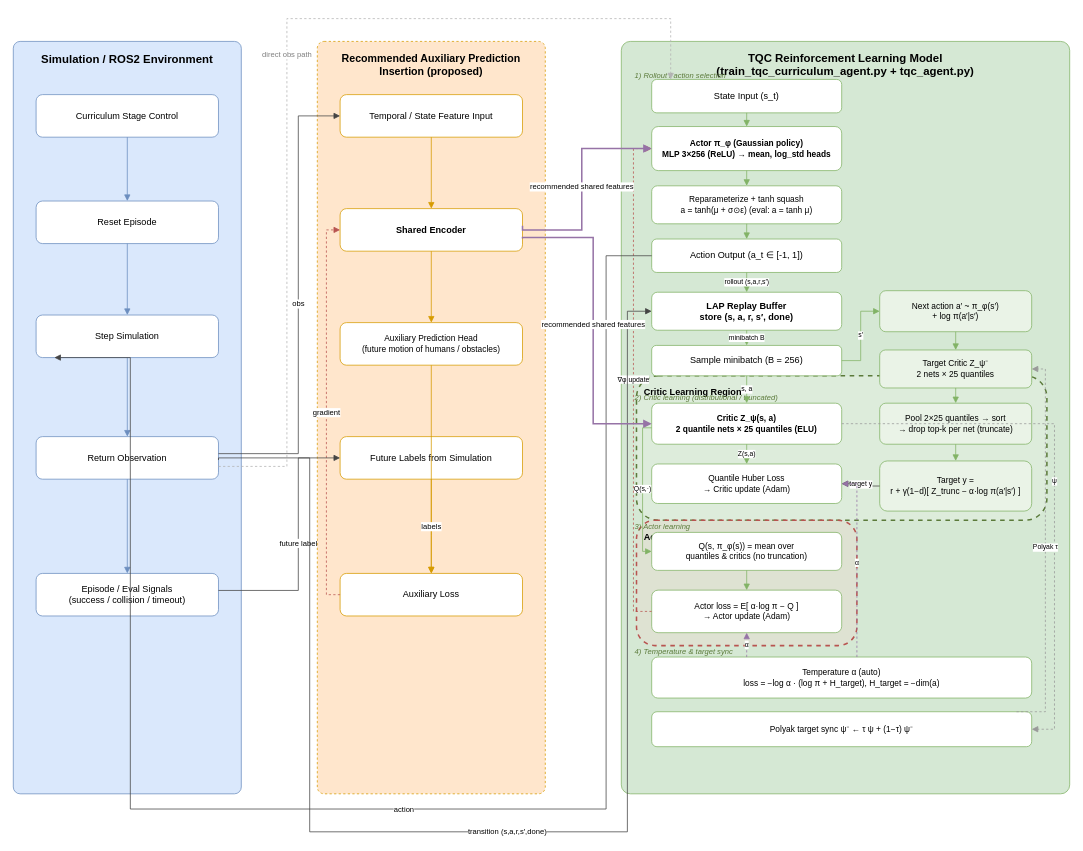
This is docs/assets/train_tqc_curriculum_framework.drawio from SangukBae/DRL_Robot_Path_Planning, a draw.io file, before an edit. Source tidied: cells renumbered, new cells numbered last; positions are measured from the earlier drawing's top-left corner, leaving out a move shared by most shapes. Both pictures are drawn from the tidied source at 76%, with x=0, y=0 at pixel (13, 18).
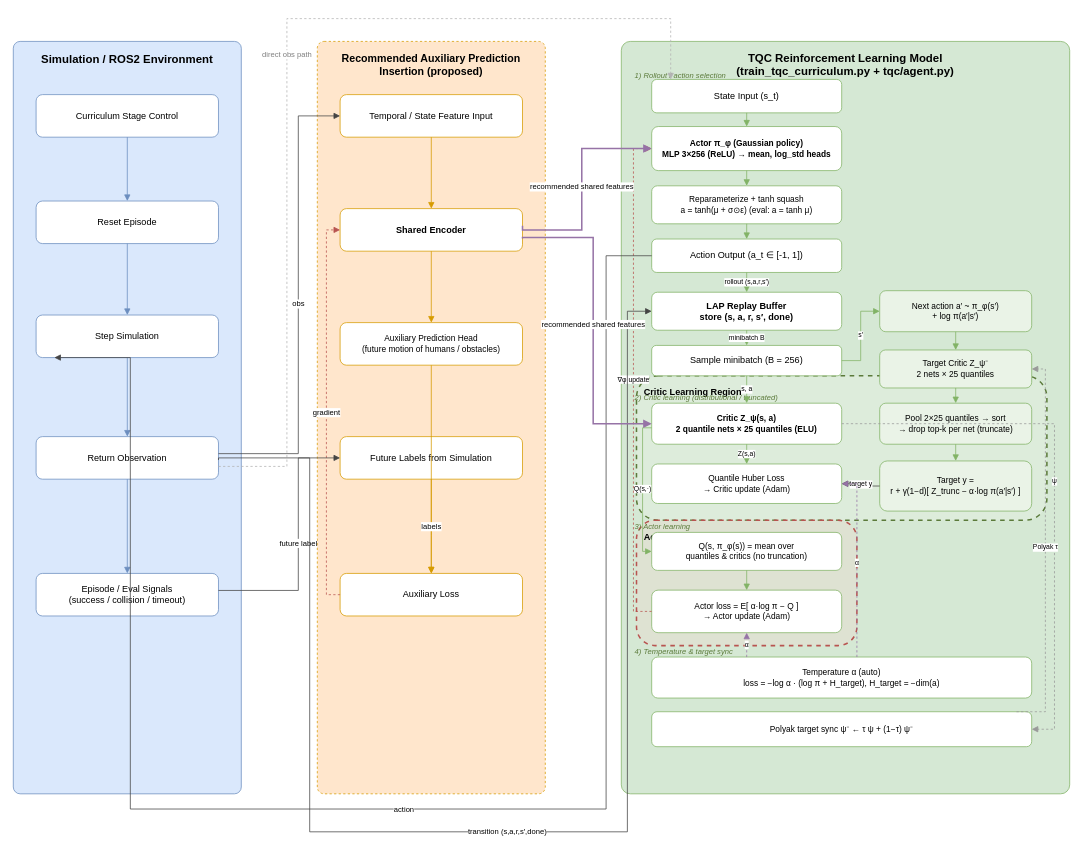
After the change.

The edit, as a diff of the source:
```diff
@@
-    <mxCell id="4" value="TQC Reinforcement Learning Model&#10;(train_tqc_curriculum_agent.py + tqc_agent.py)" style="rounded=1;whiteSpace=wrap;html=1;fillColor=#d5e8d4;strokeColor=#82b366;verticalAlign=top;fontSize=15;fontStyle=1;arcSize=2;spacingTop=6;" parent="1" vertex="1">
+    <mxCell id="4" value="TQC Reinforcement Learning Model&#10;(train_tqc_curriculum.py + tqc/agent.py)" style="rounded=1;whiteSpace=wrap;html=1;fillColor=#d5e8d4;strokeColor=#82b366;verticalAlign=top;fontSize=15;fontStyle=1;arcSize=2;spacingTop=6;" parent="1" vertex="1">
       <mxGeometry x="800" y="30" width="590" height="990" as="geometry" />
     </mxCell>
```
